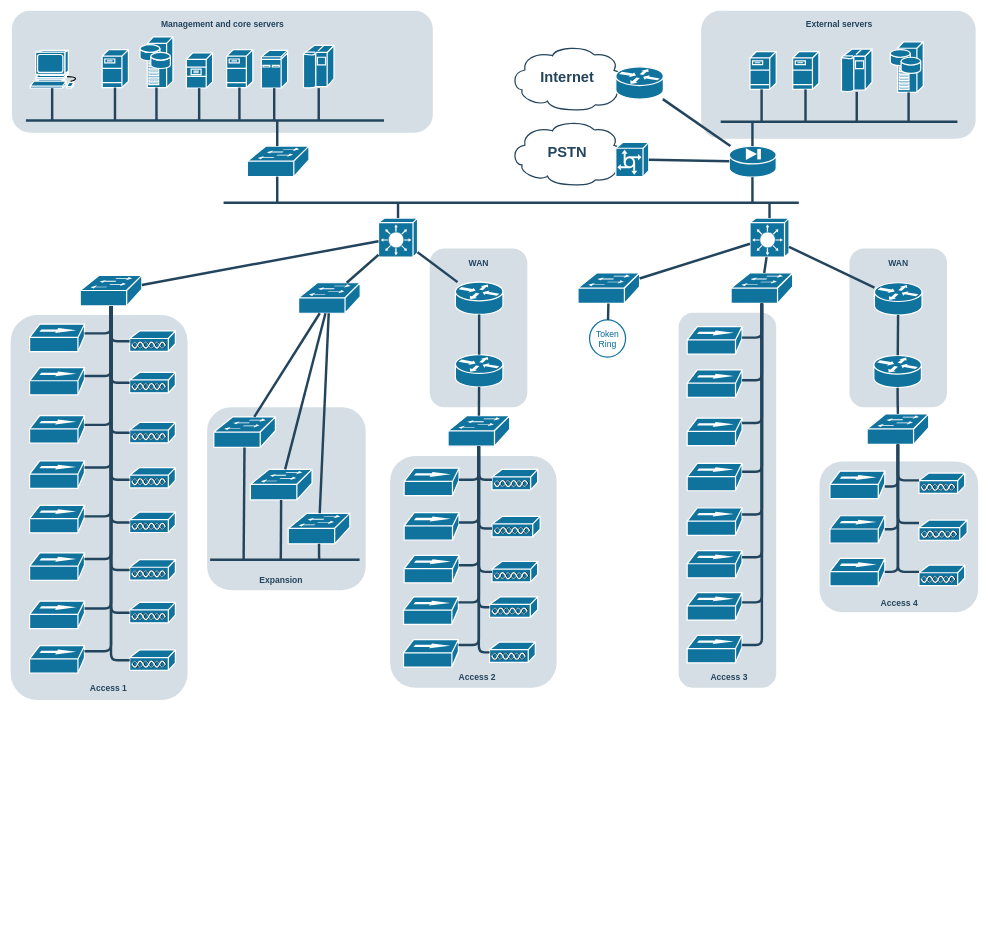
Before: 제목 없는 다이어그램3.drawio in maeivs/toypage, a draw.io diagram. Source tidied: cells renumbered, new cells numbered last; positions are measured from the earlier drawing's top-left corner, leaving out a move shared by most shapes. Both pictures are drawn from the tidied source at 61%, with x=0, y=0 at pixel (10, 10).
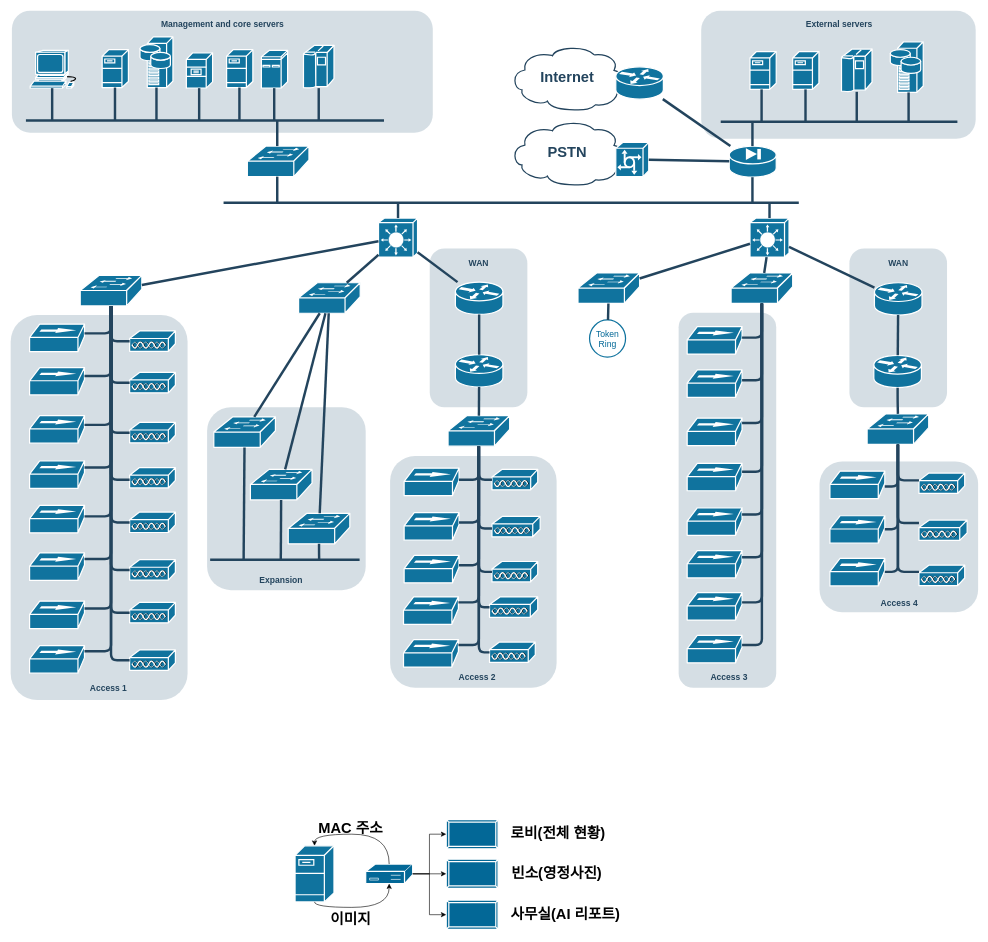
After the change.

Commit message:
제목 없는 다이어그램3.drawio 업데이트

What changed in the source:
```diff
@@
+    <mxCell id="174" style="shape=mxgraph.cisco.servers.fileserver;html=1;dashed=0;fillColor=#10739E;strokeColor=#ffffff;strokeWidth=2;verticalLabelPosition=bottom;verticalAlign=top;fontFamily=Helvetica;fontSize=36;fontColor=#FFB366;" parent="1" vertex="1">
+      <mxGeometry x="466.2" y="1369" width="63.8" height="92" as="geometry" />
+    </mxCell>
+    <mxCell id="175" style="sketch=0;html=1;dashed=0;fillColor=#036897;strokeColor=#ffffff;strokeWidth=2;verticalLabelPosition=bottom;verticalAlign=top;align=center;outlineConnect=0;shape=mxgraph.cisco.controllers_and_modules.3174_(desktop)_cluster_controller;" parent="1" vertex="1">
+      <mxGeometry x="582" y="1399" width="77" height="32" as="geometry" />
+    </mxCell>
+    <mxCell id="176" style="sketch=0;html=1;dashed=0;fillColor=#036897;strokeColor=#ffffff;strokeWidth=2;verticalLabelPosition=bottom;verticalAlign=top;align=center;outlineConnect=0;shape=mxgraph.cisco.misc.pad_2;" parent="1" vertex="1">
+      <mxGeometry x="714" y="1326" width="85" height="48" as="geometry" />
+    </mxCell>
+    <mxCell id="177" style="sketch=0;html=1;dashed=0;fillColor=#036897;strokeColor=#ffffff;strokeWidth=2;verticalLabelPosition=bottom;verticalAlign=top;align=center;outlineConnect=0;shape=mxgraph.cisco.misc.pad_2;" parent="1" vertex="1">
+      <mxGeometry x="714" y="1391" width="85" height="48" as="geometry" />
+    </mxCell>
+    <mxCell id="178" style="sketch=0;html=1;dashed=0;fillColor=#036897;strokeColor=#ffffff;strokeWidth=2;verticalLabelPosition=bottom;verticalAlign=top;align=center;outlineConnect=0;shape=mxgraph.cisco.misc.pad_2;" parent="1" vertex="1">
+      <mxGeometry x="714" y="1458" width="85" height="48" as="geometry" />
+    </mxCell>
+    <mxCell id="179" style="edgeStyle=orthogonalEdgeStyle;rounded=0;jettySize=auto;html=1;exitX=0.5;exitY=0;exitDx=0;exitDy=0;exitPerimeter=0;entryX=0.5;entryY=0;entryDx=0;entryDy=0;entryPerimeter=0;curved=1;" parent="1" edge="1" source="175" target="174">
+      <mxGeometry relative="1" as="geometry">
+        <Array as="points">
+          <mxPoint x="621" y="1350" />
+          <mxPoint x="498" y="1350" />
+        </Array>
+      </mxGeometry>
+    </mxCell>
+    <mxCell id="180" style="edgeStyle=orthogonalEdgeStyle;rounded=0;jettySize=auto;html=1;exitX=0.5;exitY=1;exitDx=0;exitDy=0;exitPerimeter=0;entryX=0.5;entryY=1;entryDx=0;entryDy=0;entryPerimeter=0;curved=1;" parent="1" edge="1" source="174" target="175">
+      <mxGeometry relative="1" as="geometry">
+        <Array as="points">
+          <mxPoint x="498" y="1470" />
+          <mxPoint x="621" y="1470" />
+        </Array>
+      </mxGeometry>
+    </mxCell>
+    <mxCell id="181" style="edgeStyle=orthogonalEdgeStyle;rounded=0;jettySize=auto;html=1;exitX=1;exitY=0.5;exitDx=0;exitDy=0;exitPerimeter=0;entryX=0;entryY=0.5;entryDx=0;entryDy=0;entryPerimeter=0;" parent="1" edge="1" source="175" target="176">
+      <mxGeometry relative="1" as="geometry" />
+    </mxCell>
+    <mxCell id="182" style="edgeStyle=orthogonalEdgeStyle;rounded=0;jettySize=auto;html=1;exitX=1;exitY=0.5;exitDx=0;exitDy=0;exitPerimeter=0;entryX=0;entryY=0.5;entryDx=0;entryDy=0;entryPerimeter=0;" parent="1" edge="1" source="175" target="177">
+      <mxGeometry relative="1" as="geometry" />
+    </mxCell>
+    <mxCell id="183" style="edgeStyle=orthogonalEdgeStyle;rounded=0;jettySize=auto;html=1;exitX=1;exitY=0.5;exitDx=0;exitDy=0;exitPerimeter=0;entryX=0;entryY=0.5;entryDx=0;entryDy=0;entryPerimeter=0;" parent="1" edge="1" source="175" target="178">
+      <mxGeometry relative="1" as="geometry" />
+    </mxCell>
+    <mxCell id="184" value="로비(전체 현황)" style="text;strokeColor=none;fillColor=none;html=1;fontSize=24;fontStyle=1;verticalAlign=middle;align=left;" parent="1" vertex="1">
+      <mxGeometry x="818" y="1329" width="100" height="40" as="geometry" />
+    </mxCell>
+    <mxCell id="185" value="빈소(영정사진)" style="text;strokeColor=none;fillColor=none;html=1;fontSize=24;fontStyle=1;verticalAlign=middle;align=left;" parent="1" vertex="1">
+      <mxGeometry x="819" y="1395" width="100" height="40" as="geometry" />
+    </mxCell>
+    <mxCell id="186" value="사무실(AI 리포트)" style="text;strokeColor=none;fillColor=none;html=1;fontSize=24;fontStyle=1;verticalAlign=middle;align=left;" parent="1" vertex="1">
+      <mxGeometry x="818" y="1462" width="100" height="40" as="geometry" />
+    </mxCell>
+    <mxCell id="187" value="MAC 주소" style="text;strokeColor=none;fillColor=none;html=1;fontSize=24;fontStyle=1;verticalAlign=middle;align=center;" parent="1" vertex="1">
+      <mxGeometry x="502" y="1320" width="110" height="40" as="geometry" />
+    </mxCell>
+    <mxCell id="188" value="이미지" style="text;strokeColor=none;fillColor=none;html=1;fontSize=24;fontStyle=1;verticalAlign=middle;align=center;" parent="1" vertex="1">
+      <mxGeometry x="502" y="1470" width="110" height="40" as="geometry" />
+    </mxCell>
```
